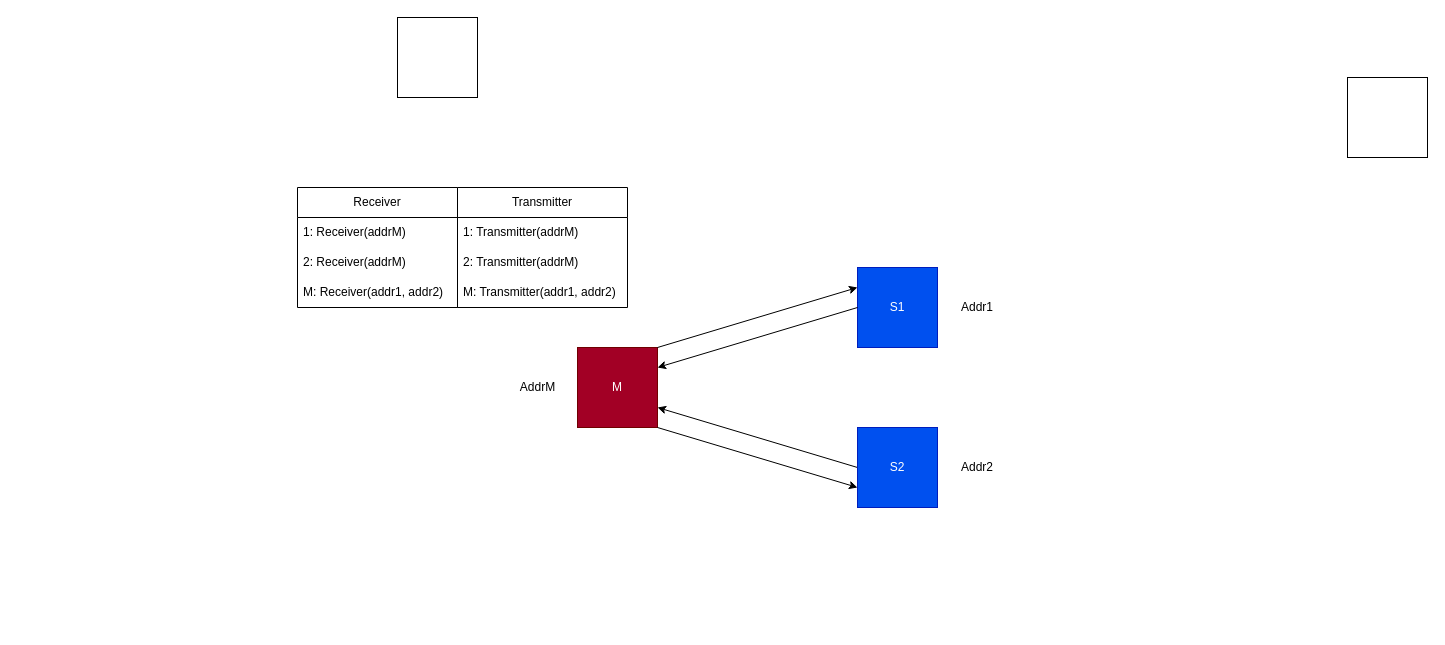
This is FlowCharts/EstablishTCP.drawio from slaakvik/TTK4145_Heislab, a draw.io file, before an edit. Source tidied: cells renumbered, new cells numbered last; positions are measured from the earlier drawing's top-left corner, leaving out a move shared by most shapes. Both pictures are drawn from the tidied source at 100%, with x=0, y=0 at pixel (297, 17).
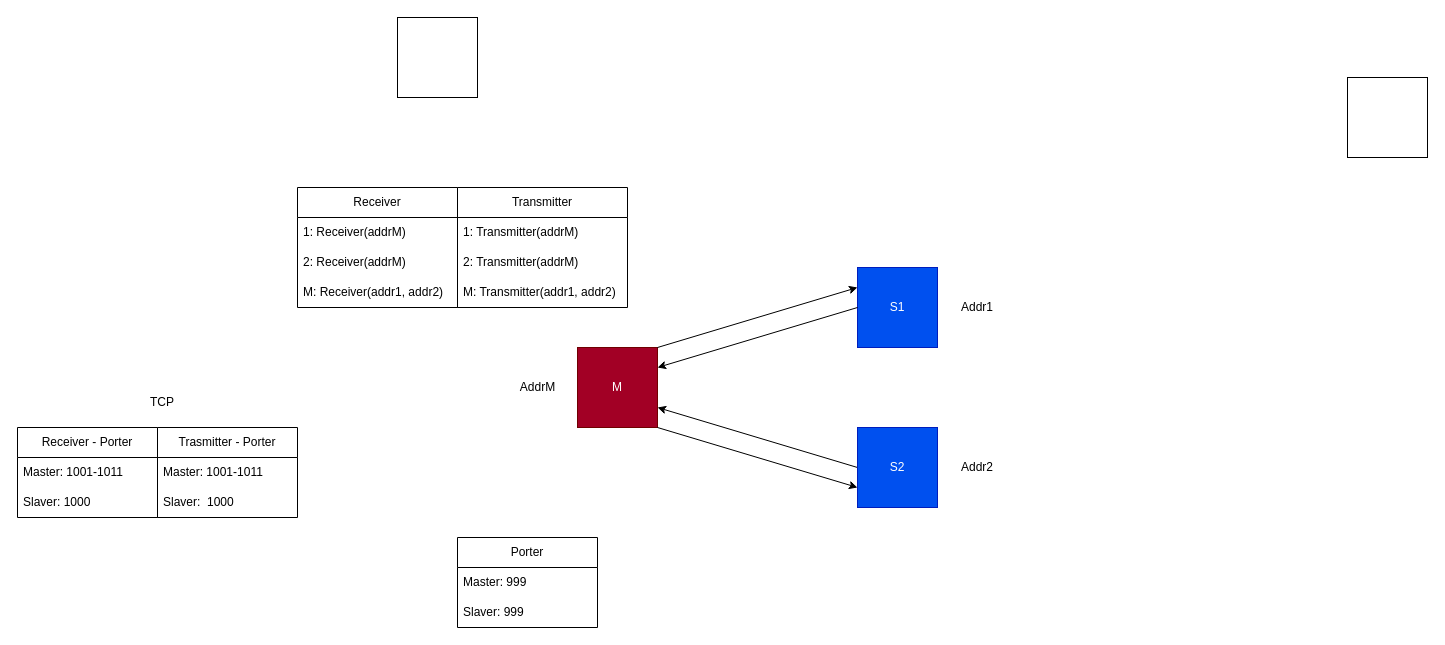
After the change.

What changed in the source:
```diff
@@
+    <mxCell id="22" value="Receiver - Porter" style="swimlane;fontStyle=0;horizontal=1;startSize=30;whiteSpace=wrap;html=1;" parent="1" vertex="1">
+      <mxGeometry x="-280" y="410" width="140" height="90" as="geometry" />
+    </mxCell>
+    <mxCell id="23" value="Master: 1001-1011" style="text;strokeColor=none;fillColor=none;align=left;verticalAlign=middle;spacingLeft=4;spacingRight=4;overflow=hidden;whiteSpace=wrap;html=1;" parent="22" vertex="1">
+      <mxGeometry y="30" width="140" height="30" as="geometry" />
+    </mxCell>
+    <mxCell id="24" value="Slaver: 1000&amp;nbsp;&amp;nbsp;" style="text;strokeColor=none;fillColor=none;align=left;verticalAlign=middle;spacingLeft=4;spacingRight=4;overflow=hidden;whiteSpace=wrap;html=1;" parent="22" vertex="1">
+      <mxGeometry y="60" width="140" height="30" as="geometry" />
+    </mxCell>
+    <mxCell id="25" value="Trasmitter - Porter" style="swimlane;fontStyle=0;horizontal=1;startSize=30;whiteSpace=wrap;html=1;" parent="1" vertex="1">
+      <mxGeometry x="-140" y="410" width="140" height="90" as="geometry" />
+    </mxCell>
+    <mxCell id="26" value="Master: 1001-1011" style="text;strokeColor=none;fillColor=none;align=left;verticalAlign=middle;spacingLeft=4;spacingRight=4;overflow=hidden;whiteSpace=wrap;html=1;" parent="25" vertex="1">
+      <mxGeometry y="30" width="140" height="30" as="geometry" />
+    </mxCell>
+    <mxCell id="27" value="Slaver:&amp;nbsp; 1000" style="text;strokeColor=none;fillColor=none;align=left;verticalAlign=middle;spacingLeft=4;spacingRight=4;overflow=hidden;whiteSpace=wrap;html=1;" parent="25" vertex="1">
+      <mxGeometry y="60" width="140" height="30" as="geometry" />
+    </mxCell>
+    <mxCell id="28" value="TCP" style="text;html=1;strokeColor=none;fillColor=none;align=center;verticalAlign=middle;whiteSpace=wrap;rounded=0;" parent="1" vertex="1">
+      <mxGeometry x="-200" y="370" width="130" height="30" as="geometry" />
+    </mxCell>
+    <mxCell id="29" value="Porter" style="swimlane;fontStyle=0;horizontal=1;startSize=30;whiteSpace=wrap;html=1;" parent="1" vertex="1">
+      <mxGeometry x="160" y="520" width="140" height="90" as="geometry" />
+    </mxCell>
+    <mxCell id="30" value="Master: 999" style="text;strokeColor=none;fillColor=none;align=left;verticalAlign=middle;spacingLeft=4;spacingRight=4;overflow=hidden;whiteSpace=wrap;html=1;" parent="29" vertex="1">
+      <mxGeometry y="30" width="140" height="30" as="geometry" />
+    </mxCell>
+    <mxCell id="31" value="Slaver: 999&amp;nbsp;&amp;nbsp;" style="text;strokeColor=none;fillColor=none;align=left;verticalAlign=middle;spacingLeft=4;spacingRight=4;overflow=hidden;whiteSpace=wrap;html=1;" parent="29" vertex="1">
+      <mxGeometry y="60" width="140" height="30" as="geometry" />
+    </mxCell>
```
